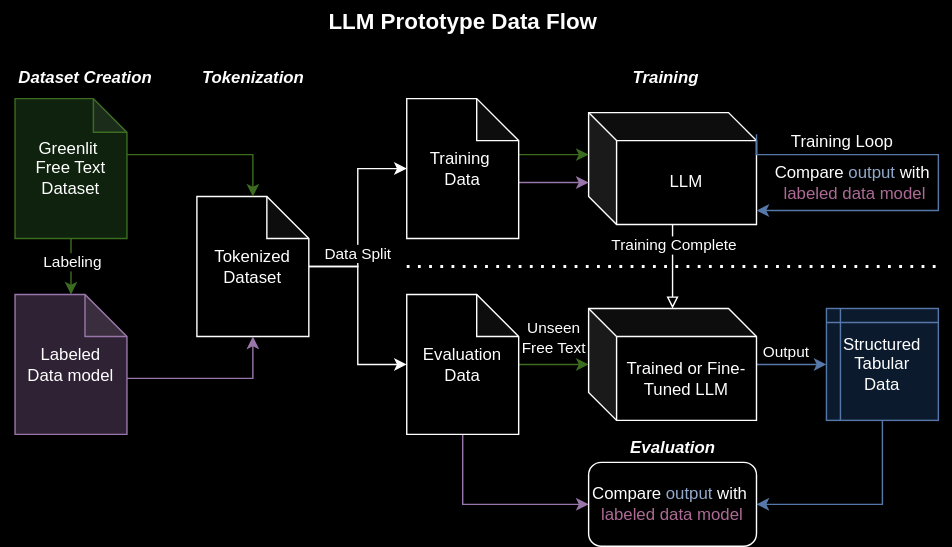
Earlier version of the draw.io export figures/LLM.DataFlow.drawio.svg (Veggissss/FFT2SD). Source tidied: cells renumbered, new cells last; positions are measured from the earlier drawing's top-left corner, leaving out a move shared by most shapes.
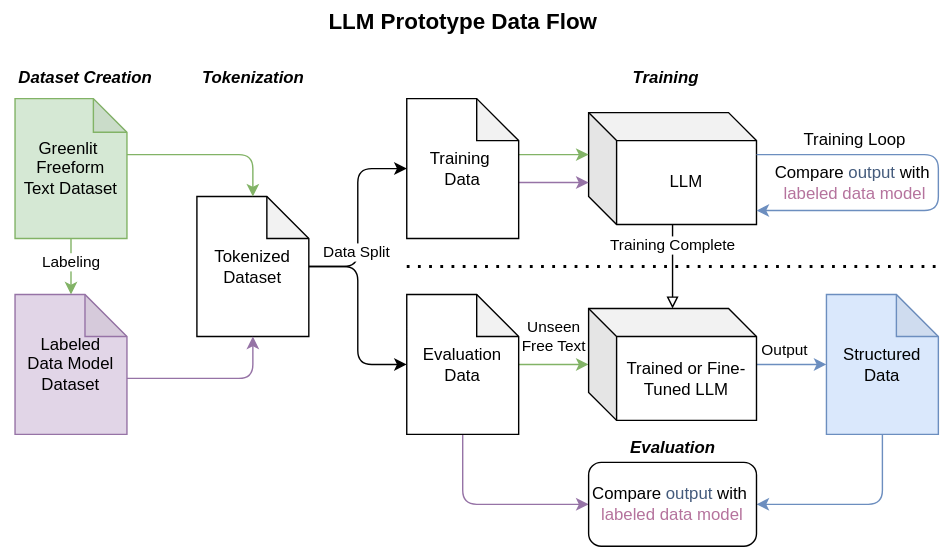
The same diagram one commit later.

The edit, as a diff of the source:
```diff
@@ -2,50 +2,50 @@
   <root>
     <mxCell id="0" />
     <mxCell id="1" parent="0" />
-    <mxCell id="2" style="edgeStyle=orthogonalEdgeStyle;rounded=0;jettySize=auto;html=1;endArrow=block;endFill=0;" parent="1" edge="1" source="4" target="22">
+    <mxCell id="2" style="edgeStyle=orthogonalEdgeStyle;rounded=1;jettySize=auto;html=1;endArrow=block;endFill=0;" parent="1" edge="1" source="4" target="22">
       <mxGeometry relative="1" as="geometry" />
     </mxCell>
-    <mxCell id="3" value="Training Complete" style="edgeLabel;html=1;align=center;verticalAlign=middle;" parent="2" vertex="1">
+    <mxCell id="3" value="Training Complete" style="edgeLabel;html=1;align=center;verticalAlign=middle;rounded=1;" parent="2" vertex="1">
       <mxGeometry x="-0.23" y="1" relative="1" as="geometry">
         <mxPoint x="-1" y="-9" as="offset" />
       </mxGeometry>
     </mxCell>
-    <mxCell id="4" value="LLM" style="shape=cube;whiteSpace=wrap;html=1;boundedLbl=1;backgroundOutline=1;darkOpacity=0.05;darkOpacity2=0.1;" parent="1" vertex="1">
+    <mxCell id="4" value="LLM" style="shape=cube;whiteSpace=wrap;html=1;boundedLbl=1;backgroundOutline=1;darkOpacity=0.05;darkOpacity2=0.1;rounded=1;" parent="1" vertex="1">
       <mxGeometry x="420" y="80" width="120" height="80" as="geometry" />
     </mxCell>
-    <mxCell id="5" style="edgeStyle=orthogonalEdgeStyle;rounded=0;jettySize=auto;html=1;" parent="1" edge="1" source="8" target="12">
+    <mxCell id="5" style="edgeStyle=orthogonalEdgeStyle;rounded=1;jettySize=auto;html=1;" parent="1" edge="1" source="8" target="12">
       <mxGeometry relative="1" as="geometry" />
     </mxCell>
-    <mxCell id="6" style="edgeStyle=orthogonalEdgeStyle;rounded=0;jettySize=auto;html=1;" parent="1" edge="1" source="8" target="15">
+    <mxCell id="6" style="edgeStyle=orthogonalEdgeStyle;rounded=1;jettySize=auto;html=1;" parent="1" edge="1" source="8" target="15">
       <mxGeometry relative="1" as="geometry" />
     </mxCell>
-    <mxCell id="7" value="Data Split" style="edgeLabel;html=1;align=center;verticalAlign=middle;" parent="6" vertex="1">
+    <mxCell id="7" value="Data Split" style="edgeLabel;html=1;align=center;verticalAlign=middle;rounded=1;" parent="6" vertex="1">
       <mxGeometry x="-0.45" y="1" relative="1" as="geometry">
         <mxPoint y="-6" as="offset" />
       </mxGeometry>
     </mxCell>
-    <mxCell id="8" value="&lt;div&gt;Tokenized&lt;/div&gt;&lt;div&gt;Dataset&lt;/div&gt;" style="shape=note;whiteSpace=wrap;html=1;backgroundOutline=1;darkOpacity=0.05;" parent="1" vertex="1">
+    <mxCell id="8" value="&lt;div&gt;Tokenized&lt;/div&gt;&lt;div&gt;Dataset&lt;/div&gt;" style="shape=note;whiteSpace=wrap;html=1;backgroundOutline=1;darkOpacity=0.05;rounded=1;" parent="1" vertex="1">
       <mxGeometry x="140" y="140" width="80" height="100" as="geometry" />
     </mxCell>
-    <mxCell id="9" style="edgeStyle=orthogonalEdgeStyle;rounded=0;jettySize=auto;html=1;fillColor=#d5e8d4;strokeColor=#82b366;" parent="1" edge="1" source="12" target="22">
+    <mxCell id="9" style="edgeStyle=orthogonalEdgeStyle;rounded=1;jettySize=auto;html=1;fillColor=#d5e8d4;strokeColor=#82b366;" parent="1" edge="1" source="12" target="22">
       <mxGeometry relative="1" as="geometry" />
     </mxCell>
-    <mxCell id="10" value="Unseen&lt;div&gt;Free Text&lt;/div&gt;" style="edgeLabel;html=1;align=center;verticalAlign=middle;" parent="9" vertex="1">
+    <mxCell id="10" value="Unseen&lt;div&gt;Free Text&lt;/div&gt;" style="edgeLabel;html=1;align=center;verticalAlign=middle;rounded=1;" parent="9" vertex="1">
       <mxGeometry x="-0.31" y="2" relative="1" as="geometry">
         <mxPoint x="7" y="-18" as="offset" />
       </mxGeometry>
     </mxCell>
-    <mxCell id="11" style="edgeStyle=orthogonalEdgeStyle;rounded=0;jettySize=auto;html=1;fillColor=#e1d5e7;strokeColor=#9673a6;" parent="1" edge="1" source="12" target="30">
+    <mxCell id="11" style="edgeStyle=orthogonalEdgeStyle;rounded=1;jettySize=auto;html=1;fillColor=#e1d5e7;strokeColor=#9673a6;" parent="1" edge="1" source="12" target="30">
       <mxGeometry relative="1" as="geometry">
         <Array as="points">
           <mxPoint x="330" y="360" />
         </Array>
       </mxGeometry>
     </mxCell>
-    <mxCell id="12" value="&lt;div&gt;Evaluation Data&lt;/div&gt;" style="shape=note;whiteSpace=wrap;html=1;backgroundOutline=1;darkOpacity=0.05;" parent="1" vertex="1">
+    <mxCell id="12" value="&lt;div&gt;Evaluation Data&lt;/div&gt;" style="shape=note;whiteSpace=wrap;html=1;backgroundOutline=1;darkOpacity=0.05;rounded=1;" parent="1" vertex="1">
       <mxGeometry x="290" y="210" width="80" height="100" as="geometry" />
     </mxCell>
-    <mxCell id="13" style="edgeStyle=orthogonalEdgeStyle;rounded=0;jettySize=auto;html=1;fillColor=#d5e8d4;strokeColor=#82b366;" parent="1" edge="1" source="15" target="4">
+    <mxCell id="13" style="edgeStyle=orthogonalEdgeStyle;rounded=1;jettySize=auto;html=1;fillColor=#d5e8d4;strokeColor=#82b366;" parent="1" edge="1" source="15" target="4">
       <mxGeometry relative="1" as="geometry">
         <Array as="points">
           <mxPoint x="390" y="110" />
@@ -53,7 +53,7 @@
         </Array>
       </mxGeometry>
     </mxCell>
-    <mxCell id="14" style="edgeStyle=orthogonalEdgeStyle;rounded=0;jettySize=auto;html=1;fillColor=#e1d5e7;strokeColor=#9673a6;" parent="1" edge="1" source="15" target="4">
+    <mxCell id="14" style="edgeStyle=orthogonalEdgeStyle;rounded=1;jettySize=auto;html=1;fillColor=#e1d5e7;strokeColor=#9673a6;" parent="1" edge="1" source="15" target="4">
       <mxGeometry relative="1" as="geometry">
         <Array as="points">
           <mxPoint x="400" y="130" />
@@ -61,99 +61,101 @@
         </Array>
       </mxGeometry>
     </mxCell>
-    <mxCell id="15" value="&lt;div&gt;Training&amp;nbsp;&lt;/div&gt;&lt;div&gt;Data&lt;/div&gt;" style="shape=note;whiteSpace=wrap;html=1;backgroundOutline=1;darkOpacity=0.05;" parent="1" vertex="1">
+    <mxCell id="15" value="&lt;div&gt;Training&amp;nbsp;&lt;/div&gt;&lt;div&gt;Data&lt;/div&gt;" style="shape=note;whiteSpace=wrap;html=1;backgroundOutline=1;darkOpacity=0.05;rounded=1;" parent="1" vertex="1">
       <mxGeometry x="290" y="70" width="80" height="100" as="geometry" />
     </mxCell>
-    <mxCell id="16" style="edgeStyle=orthogonalEdgeStyle;rounded=0;jettySize=auto;html=1;fillColor=#d5e8d4;strokeColor=#82b366;" parent="1" edge="1" source="19" target="29">
+    <mxCell id="16" style="edgeStyle=orthogonalEdgeStyle;rounded=1;jettySize=auto;html=1;fillColor=#d5e8d4;strokeColor=#82b366;" parent="1" edge="1" source="19" target="29">
       <mxGeometry relative="1" as="geometry" />
     </mxCell>
-    <mxCell id="17" value="Labeling" style="edgeLabel;html=1;align=center;verticalAlign=middle;" parent="16" vertex="1">
+    <mxCell id="17" value="Labeling" style="edgeLabel;html=1;align=center;verticalAlign=middle;rounded=1;" parent="16" vertex="1">
       <mxGeometry x="-0.34" y="-1" relative="1" as="geometry">
         <mxPoint x="1" y="3" as="offset" />
       </mxGeometry>
     </mxCell>
-    <mxCell id="18" style="edgeStyle=orthogonalEdgeStyle;rounded=0;jettySize=auto;html=1;fillColor=#d5e8d4;strokeColor=#82b366;" parent="1" edge="1" source="19" target="8">
+    <mxCell id="18" style="edgeStyle=orthogonalEdgeStyle;rounded=1;jettySize=auto;html=1;fillColor=#d5e8d4;strokeColor=#82b366;" parent="1" edge="1" source="19" target="8">
       <mxGeometry relative="1" as="geometry">
         <Array as="points">
           <mxPoint x="180" y="110" />
         </Array>
       </mxGeometry>
     </mxCell>
-    <mxCell id="19" value="&lt;div&gt;&lt;span style=&quot;background-color: initial;&quot;&gt;Greenlit&amp;nbsp;&lt;/span&gt;&lt;/div&gt;&lt;div&gt;&lt;span style=&quot;background-color: initial;&quot;&gt;Free Text&lt;/span&gt;&lt;/div&gt;&lt;div&gt;&lt;span style=&quot;background-color: initial;&quot;&gt;Dataset&lt;/span&gt;&lt;br&gt;&lt;/div&gt;" style="shape=note;whiteSpace=wrap;html=1;backgroundOutline=1;darkOpacity=0.05;fillColor=#d5e8d4;strokeColor=#82b366;size=24;" parent="1" vertex="1">
+    <mxCell id="19" value="&lt;div&gt;&lt;span style=&quot;background-color: initial;&quot;&gt;Greenlit&amp;nbsp;&lt;/span&gt;&lt;/div&gt;&lt;div&gt;&lt;span style=&quot;background-color: initial;&quot;&gt;Freeform Text&amp;nbsp;&lt;/span&gt;&lt;span style=&quot;background-color: initial; color: light-dark(rgb(0, 0, 0), rgb(255, 255, 255));&quot;&gt;Dataset&lt;/span&gt;&lt;/div&gt;" style="shape=note;whiteSpace=wrap;html=1;backgroundOutline=1;darkOpacity=0.05;fillColor=#d5e8d4;strokeColor=#82b366;size=24;rounded=1;" parent="1" vertex="1">
       <mxGeometry x="10" y="70" width="80" height="100" as="geometry" />
     </mxCell>
-    <mxCell id="20" style="edgeStyle=orthogonalEdgeStyle;rounded=0;jettySize=auto;html=1;fillColor=#dae8fc;strokeColor=#6c8ebf;" parent="1" edge="1" source="22" target="24">
-      <mxGeometry relative="1" as="geometry" />
+    <mxCell id="20" style="edgeStyle=orthogonalEdgeStyle;rounded=1;jettySize=auto;html=1;fillColor=#dae8fc;strokeColor=#6c8ebf;" parent="1" edge="1" source="22">
+      <mxGeometry relative="1" as="geometry">
+        <mxPoint x="590" y="260" as="targetPoint" />
+      </mxGeometry>
     </mxCell>
-    <mxCell id="21" value="Output" style="edgeLabel;html=1;align=center;verticalAlign=middle;" parent="20" vertex="1">
+    <mxCell id="21" value="Output" style="edgeLabel;html=1;align=center;verticalAlign=middle;rounded=1;" parent="20" vertex="1">
       <mxGeometry relative="1" as="geometry">
         <mxPoint x="-5" y="-10" as="offset" />
       </mxGeometry>
     </mxCell>
-    <mxCell id="22" value="Trained or Fine-Tuned LLM" style="shape=cube;whiteSpace=wrap;html=1;boundedLbl=1;backgroundOutline=1;darkOpacity=0.05;darkOpacity2=0.1;" parent="1" vertex="1">
+    <mxCell id="22" value="Trained or Fine-Tuned LLM" style="shape=cube;whiteSpace=wrap;html=1;boundedLbl=1;backgroundOutline=1;darkOpacity=0.05;darkOpacity2=0.1;rounded=1;" parent="1" vertex="1">
       <mxGeometry x="420" y="220" width="120" height="80" as="geometry" />
     </mxCell>
-    <mxCell id="23" style="edgeStyle=orthogonalEdgeStyle;rounded=0;jettySize=auto;html=1;fillColor=#dae8fc;strokeColor=#6c8ebf;" parent="1" edge="1" source="24" target="30">
+    <mxCell id="23" style="edgeStyle=orthogonalEdgeStyle;rounded=1;jettySize=auto;html=1;fillColor=#dae8fc;strokeColor=#6c8ebf;" parent="1" edge="1" target="30">
       <mxGeometry relative="1" as="geometry">
+        <mxPoint x="630" y="300" as="sourcePoint" />
         <Array as="points">
           <mxPoint x="630" y="360" />
         </Array>
       </mxGeometry>
     </mxCell>
-    <mxCell id="24" value="Structured&lt;div&gt;Tabular&lt;br&gt;&lt;div&gt;Data&lt;/div&gt;&lt;/div&gt;" style="shape=internalStorage;whiteSpace=wrap;html=1;backgroundOutline=1;dx=10;dy=10;fillColor=#dae8fc;strokeColor=#6c8ebf;" parent="1" vertex="1">
-      <mxGeometry x="590" y="220" width="80" height="80" as="geometry" />
-    </mxCell>
-    <mxCell id="25" style="edgeStyle=orthogonalEdgeStyle;rounded=0;jettySize=auto;html=1;startArrow=none;startFill=0;exitX=1;exitY=0.193;exitDx=0;exitDy=0;exitPerimeter=0;fillColor=#dae8fc;strokeColor=#6c8ebf;" parent="1" edge="1" source="4">
+    <mxCell id="25" style="edgeStyle=orthogonalEdgeStyle;rounded=1;jettySize=auto;html=1;startArrow=none;startFill=0;fillColor=#dae8fc;strokeColor=#6c8ebf;" parent="1" edge="1" source="4">
       <mxGeometry relative="1" as="geometry">
         <mxPoint x="540" y="150" as="targetPoint" />
         <Array as="points">
-          <mxPoint x="540" y="110" />
           <mxPoint x="670" y="110" />
           <mxPoint x="670" y="150" />
         </Array>
       </mxGeometry>
     </mxCell>
-    <mxCell id="26" value="&lt;font style=&quot;font-size: 12px;&quot;&gt;Training Loop&lt;/font&gt;" style="edgeLabel;html=1;align=center;verticalAlign=middle;" parent="25" vertex="1">
+    <mxCell id="26" value="&lt;font style=&quot;font-size: 12px;&quot;&gt;Training Loop&lt;/font&gt;" style="edgeLabel;html=1;align=center;verticalAlign=middle;rounded=1;" parent="25" vertex="1">
       <mxGeometry x="-0.27" relative="1" as="geometry">
         <mxPoint x="-40" y="-10" as="offset" />
       </mxGeometry>
     </mxCell>
-    <mxCell id="27" value="Compare &lt;font color=&quot;#445b7c&quot;&gt;output &lt;/font&gt;with&amp;nbsp;&lt;div&gt;&lt;font color=&quot;#b5739d&quot;&gt;labeled data model&lt;/font&gt;&lt;/div&gt;" style="text;html=1;align=center;verticalAlign=middle;strokeColor=none;fillColor=none;" parent="1" vertex="1">
+    <mxCell id="27" value="Compare &lt;font color=&quot;#445b7c&quot;&gt;output &lt;/font&gt;with&amp;nbsp;&lt;div&gt;&lt;font color=&quot;#b5739d&quot;&gt;labeled data model&lt;/font&gt;&lt;/div&gt;" style="text;html=1;align=center;verticalAlign=middle;strokeColor=none;fillColor=none;rounded=1;" parent="1" vertex="1">
       <mxGeometry x="540" y="110" width="140" height="40" as="geometry" />
     </mxCell>
-    <mxCell id="28" style="edgeStyle=orthogonalEdgeStyle;rounded=0;jettySize=auto;html=1;fillColor=#e1d5e7;strokeColor=#9673a6;" parent="1" edge="1" source="29" target="8">
+    <mxCell id="28" style="edgeStyle=orthogonalEdgeStyle;rounded=1;jettySize=auto;html=1;fillColor=#e1d5e7;strokeColor=#9673a6;" parent="1" edge="1" source="29" target="8">
       <mxGeometry relative="1" as="geometry">
         <Array as="points">
           <mxPoint x="180" y="270" />
         </Array>
       </mxGeometry>
     </mxCell>
-    <mxCell id="29" value="&lt;div&gt;&lt;span style=&quot;background-color: initial;&quot;&gt;Labeled&lt;/span&gt;&lt;/div&gt;&lt;div&gt;Data model&lt;/div&gt;" style="shape=note;whiteSpace=wrap;html=1;backgroundOutline=1;darkOpacity=0.05;fillColor=#e1d5e7;strokeColor=#9673a6;" parent="1" vertex="1">
+    <mxCell id="29" value="&lt;div&gt;&lt;span style=&quot;background-color: initial;&quot;&gt;Labeled&lt;/span&gt;&lt;/div&gt;&lt;div&gt;&lt;span style=&quot;background-color: initial;&quot;&gt;Data Model&lt;/span&gt;&lt;/div&gt;&lt;div&gt;Dataset&lt;/div&gt;" style="shape=note;whiteSpace=wrap;html=1;backgroundOutline=1;darkOpacity=0.05;fillColor=#e1d5e7;strokeColor=#9673a6;rounded=1;" parent="1" vertex="1">
       <mxGeometry x="10" y="210" width="80" height="100" as="geometry" />
     </mxCell>
     <mxCell id="30" value="&lt;span style=&quot;text-wrap: nowrap;&quot;&gt;Compare&amp;nbsp;&lt;/span&gt;&lt;font style=&quot;text-wrap: nowrap;&quot; color=&quot;#445b7c&quot;&gt;output&amp;nbsp;&lt;/font&gt;&lt;span style=&quot;text-wrap: nowrap;&quot;&gt;with&amp;nbsp;&lt;/span&gt;&lt;div style=&quot;text-wrap: nowrap;&quot;&gt;&lt;font color=&quot;#b5739d&quot;&gt;labeled data model&lt;/font&gt;&lt;/div&gt;" style="rounded=1;whiteSpace=wrap;html=1;" parent="1" vertex="1">
       <mxGeometry x="420" y="330" width="120" height="60" as="geometry" />
     </mxCell>
-    <mxCell id="31" value="&lt;font style=&quot;font-size: 16px;&quot;&gt;&lt;b&gt;LLM Prototype Data Flow&lt;/b&gt;&lt;/font&gt;" style="text;html=1;align=center;verticalAlign=middle;strokeColor=none;fillColor=none;" parent="1" vertex="1">
+    <mxCell id="31" value="&lt;font style=&quot;font-size: 16px;&quot;&gt;&lt;b&gt;LLM Prototype Data Flow&lt;/b&gt;&lt;/font&gt;" style="text;html=1;align=center;verticalAlign=middle;strokeColor=none;fillColor=none;rounded=1;" parent="1" vertex="1">
       <mxGeometry x="220" width="220" height="30" as="geometry" />
     </mxCell>
-    <mxCell id="32" value="&lt;i&gt;&lt;b&gt;Dataset Creation&lt;/b&gt;&lt;/i&gt;" style="text;html=1;align=center;verticalAlign=middle;strokeColor=none;fillColor=none;" parent="1" vertex="1">
+    <mxCell id="32" value="&lt;i&gt;&lt;b&gt;Dataset Creation&lt;/b&gt;&lt;/i&gt;" style="text;html=1;align=center;verticalAlign=middle;strokeColor=none;fillColor=none;rounded=1;" parent="1" vertex="1">
       <mxGeometry y="40" width="120" height="30" as="geometry" />
     </mxCell>
-    <mxCell id="33" value="&lt;i&gt;&lt;b&gt;Tokenization&lt;/b&gt;&lt;/i&gt;" style="text;html=1;align=center;verticalAlign=middle;strokeColor=none;fillColor=none;" parent="1" vertex="1">
+    <mxCell id="33" value="&lt;i&gt;&lt;b&gt;Tokenization&lt;/b&gt;&lt;/i&gt;" style="text;html=1;align=center;verticalAlign=middle;strokeColor=none;fillColor=none;rounded=1;" parent="1" vertex="1">
       <mxGeometry x="130" y="40" width="100" height="30" as="geometry" />
     </mxCell>
-    <mxCell id="34" value="&lt;i&gt;&lt;b&gt;Training&lt;/b&gt;&lt;/i&gt;" style="text;html=1;align=center;verticalAlign=middle;strokeColor=none;fillColor=none;" parent="1" vertex="1">
+    <mxCell id="34" value="&lt;i&gt;&lt;b&gt;Training&lt;/b&gt;&lt;/i&gt;" style="text;html=1;align=center;verticalAlign=middle;strokeColor=none;fillColor=none;rounded=1;" parent="1" vertex="1">
       <mxGeometry x="440" y="40" width="70" height="30" as="geometry" />
     </mxCell>
-    <mxCell id="35" style="endArrow=none;dashed=1;html=1;dashPattern=1 3;strokeWidth=2;rounded=0;" parent="1" edge="1">
+    <mxCell id="35" style="endArrow=none;dashed=1;html=1;dashPattern=1 3;strokeWidth=2;rounded=1;" parent="1" edge="1">
       <mxGeometry relative="1" as="geometry">
         <mxPoint x="290" y="190" as="sourcePoint" />
         <mxPoint x="670" y="190" as="targetPoint" />
       </mxGeometry>
     </mxCell>
-    <mxCell id="36" value="&lt;i&gt;&lt;b&gt;Evaluation&lt;/b&gt;&lt;/i&gt;" style="text;html=1;align=center;verticalAlign=middle;strokeColor=none;fillColor=none;" parent="1" vertex="1">
+    <mxCell id="36" value="&lt;i&gt;&lt;b&gt;Evaluation&lt;/b&gt;&lt;/i&gt;" style="text;html=1;align=center;verticalAlign=middle;strokeColor=none;fillColor=none;rounded=1;" parent="1" vertex="1">
       <mxGeometry x="440" y="305" width="80" height="30" as="geometry" />
     </mxCell>
+    <mxCell id="37" value="Structured&lt;div&gt;Data&lt;/div&gt;" style="shape=note;whiteSpace=wrap;html=1;backgroundOutline=1;darkOpacity=0.05;fillColor=#dae8fc;strokeColor=#6c8ebf;align=center;verticalAlign=middle;fontFamily=Helvetica;fontSize=12;fontColor=default;rounded=1;" parent="1" vertex="1">
+      <mxGeometry x="590" y="210" width="80" height="100" as="geometry" />
+    </mxCell>
   </root>
 </mxGraphModel>
```
